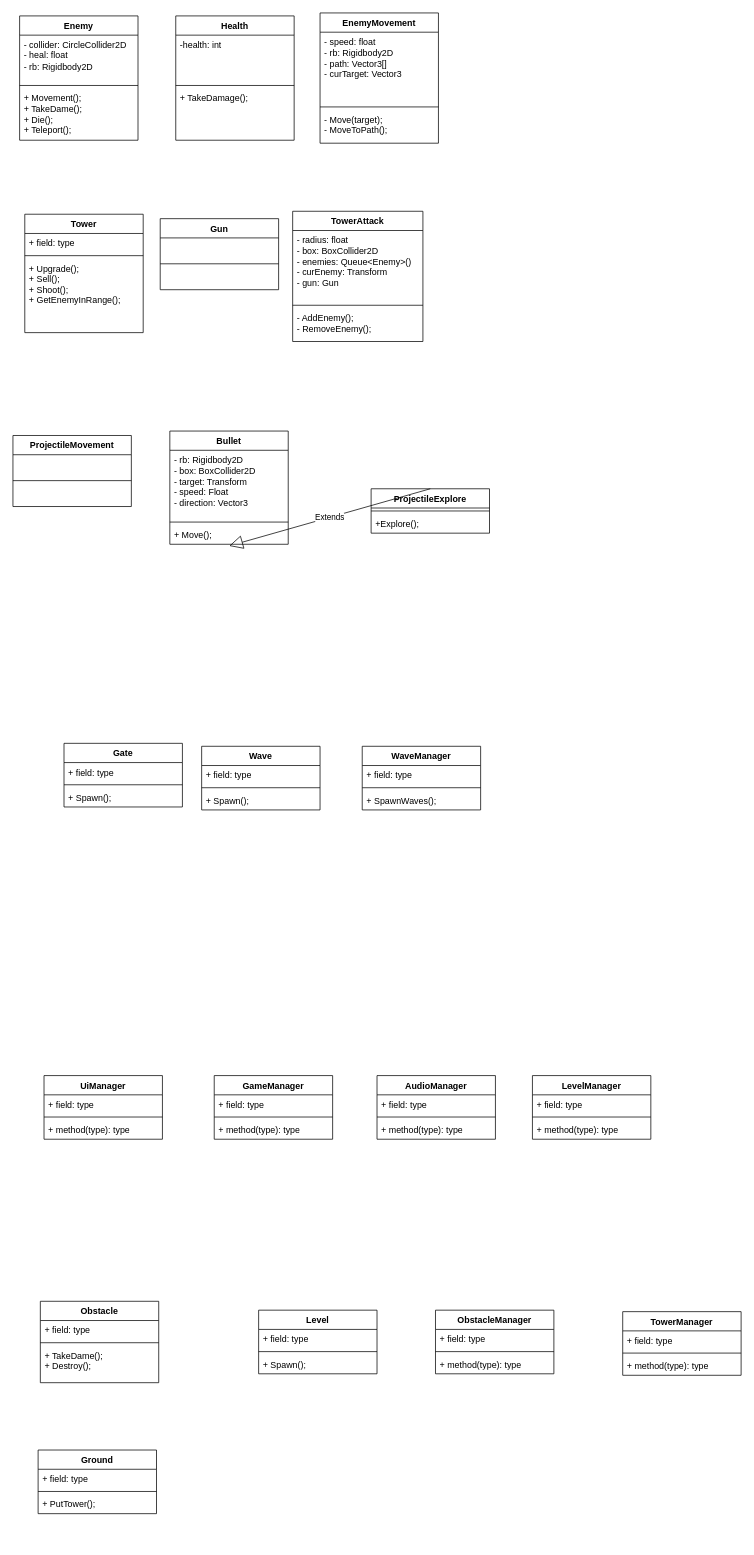
Above: BaoCao/Diagram/ClassDiagram.drawio in nguyenvanphuong8522/DoAnTotNghiep (draw.io), before the change. Source tidied: cells renumbered, new cells numbered last; positions are measured from the earlier drawing's top-left corner, leaving out a move shared by most shapes. Both pictures are drawn from the tidied source at 74%, with x=0, y=0 at pixel (13, 13).
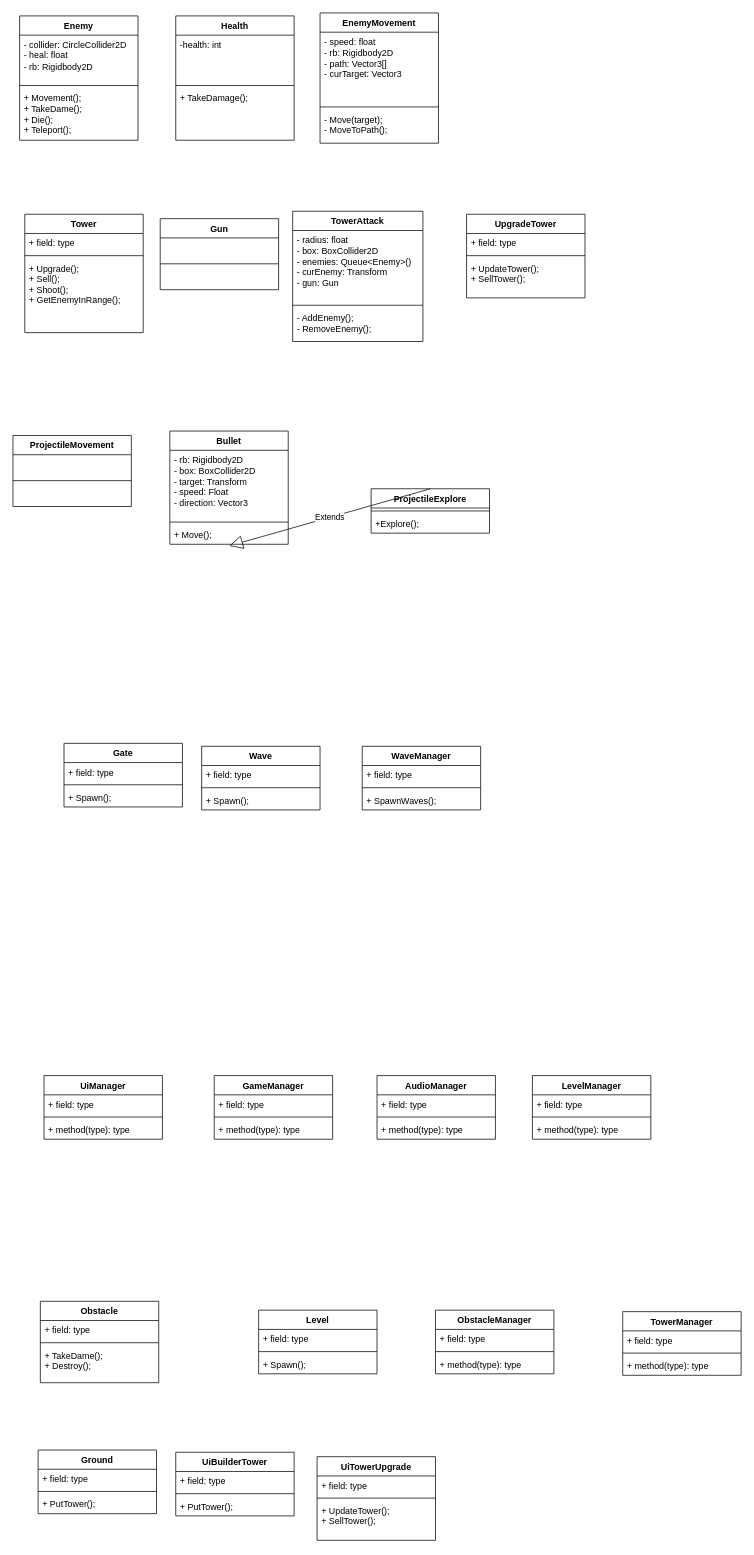
Above is the later version.

Diff of the diagram source:
```diff
@@
+    <mxCell id="82" value="UiBuilderTower" style="swimlane;fontStyle=1;align=center;verticalAlign=top;horizontal=1;startSize=26;whiteSpace=wrap;html=1;" parent="1" vertex="1">
+      <mxGeometry x="220" y="1945" width="160" height="86" as="geometry" />
+    </mxCell>
+    <mxCell id="83" value="+ field: type" style="text;strokeColor=none;fillColor=none;align=left;verticalAlign=top;spacingLeft=4;spacingRight=4;overflow=hidden;whiteSpace=wrap;html=1;" parent="82" vertex="1">
+      <mxGeometry y="26" width="160" height="26" as="geometry" />
+    </mxCell>
+    <mxCell id="84" style="line;strokeWidth=1;fillColor=none;align=left;verticalAlign=middle;spacingTop=-1;spacingLeft=3;spacingRight=3;labelPosition=right;strokeColor=inherit;" parent="82" vertex="1">
+      <mxGeometry y="52" width="160" height="8" as="geometry" />
+    </mxCell>
+    <mxCell id="85" value="+ PutTower();" style="text;strokeColor=none;fillColor=none;align=left;verticalAlign=top;spacingLeft=4;spacingRight=4;overflow=hidden;whiteSpace=wrap;html=1;" parent="82" vertex="1">
+      <mxGeometry y="60" width="160" height="26" as="geometry" />
+    </mxCell>
+    <mxCell id="86" value="UpgradeTower" style="swimlane;fontStyle=1;align=center;verticalAlign=top;horizontal=1;startSize=26;whiteSpace=wrap;html=1;" parent="1" vertex="1">
+      <mxGeometry x="613" y="272" width="160" height="113" as="geometry" />
+    </mxCell>
+    <mxCell id="87" value="+ field: type" style="text;strokeColor=none;fillColor=none;align=left;verticalAlign=top;spacingLeft=4;spacingRight=4;overflow=hidden;whiteSpace=wrap;html=1;" parent="86" vertex="1">
+      <mxGeometry y="26" width="160" height="26" as="geometry" />
+    </mxCell>
+    <mxCell id="88" style="line;strokeWidth=1;fillColor=none;align=left;verticalAlign=middle;spacingTop=-1;spacingLeft=3;spacingRight=3;labelPosition=right;strokeColor=inherit;" parent="86" vertex="1">
+      <mxGeometry y="52" width="160" height="8" as="geometry" />
+    </mxCell>
+    <mxCell id="89" value="+ UpdateTower();&lt;div&gt;+ SellTower();&lt;/div&gt;" style="text;strokeColor=none;fillColor=none;align=left;verticalAlign=top;spacingLeft=4;spacingRight=4;overflow=hidden;whiteSpace=wrap;html=1;" parent="86" vertex="1">
+      <mxGeometry y="60" width="160" height="53" as="geometry" />
+    </mxCell>
+    <mxCell id="90" value="UiTowerUpgrade" style="swimlane;fontStyle=1;align=center;verticalAlign=top;horizontal=1;startSize=26;whiteSpace=wrap;html=1;" parent="1" vertex="1">
+      <mxGeometry x="411" y="1951" width="160" height="113" as="geometry" />
+    </mxCell>
+    <mxCell id="91" value="+ field: type" style="text;strokeColor=none;fillColor=none;align=left;verticalAlign=top;spacingLeft=4;spacingRight=4;overflow=hidden;whiteSpace=wrap;html=1;" parent="90" vertex="1">
+      <mxGeometry y="26" width="160" height="26" as="geometry" />
+    </mxCell>
+    <mxCell id="92" style="line;strokeWidth=1;fillColor=none;align=left;verticalAlign=middle;spacingTop=-1;spacingLeft=3;spacingRight=3;labelPosition=right;strokeColor=inherit;" parent="90" vertex="1">
+      <mxGeometry y="52" width="160" height="8" as="geometry" />
+    </mxCell>
+    <mxCell id="93" value="+ UpdateTower();&lt;div&gt;+ SellTower();&lt;/div&gt;" style="text;strokeColor=none;fillColor=none;align=left;verticalAlign=top;spacingLeft=4;spacingRight=4;overflow=hidden;whiteSpace=wrap;html=1;" parent="90" vertex="1">
+      <mxGeometry y="60" width="160" height="53" as="geometry" />
+    </mxCell>
```
